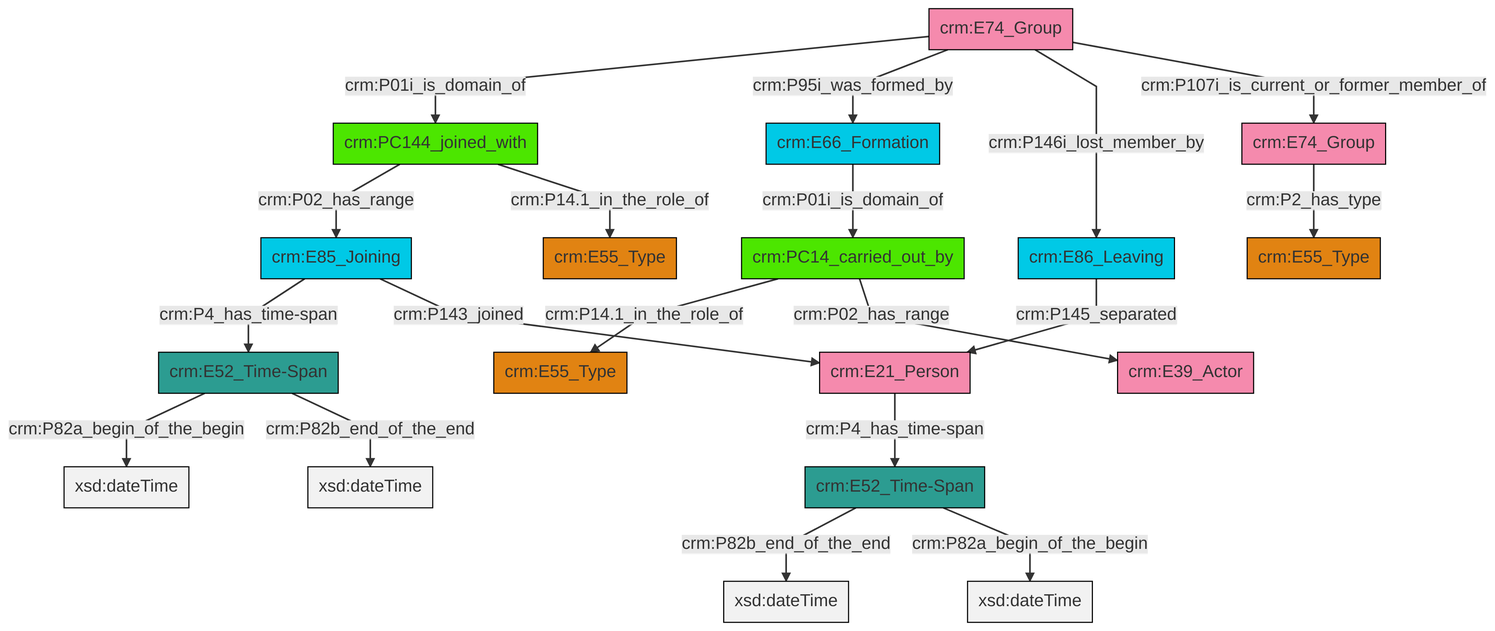
swiss-art-research-net/reference-data-models keeps this Mermaid diagram as et/groupCSV/ttl/mmd/png/group_actor_relations.png. Above is the earlier version. Its source is kept beside it as et/groupCSV/ttl/mmd/group_actor_relations.ttl.mmd.
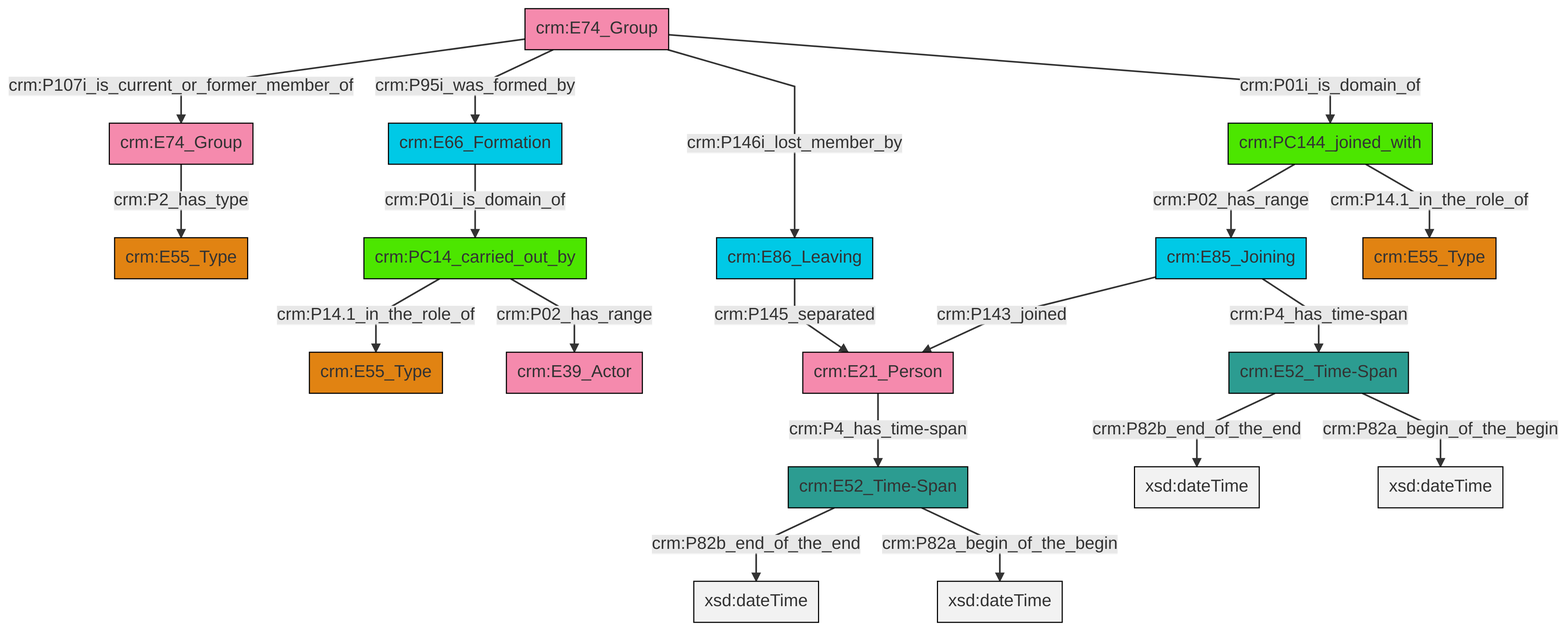
The same diagram one commit later.

Diff of the diagram source:
```diff
@@ -13,21 +13,21 @@
 classDef PC_Classes fill:#4ce600, stroke:#000000;
 classDef Multi fill:#cccccc,stroke:#000000;
 
-4["crm:E52_Time-Span"]:::Time-Span -->|crm:P82a_begin_of_the_begin| 5[xsd:dateTime]:::Literal
-0["crm:E85_Joining"]:::Temporal_Entity -->|crm:P4_has_time-span| 4["crm:E52_Time-Span"]:::Time-Span
-0["crm:E85_Joining"]:::Temporal_Entity -->|crm:P143_joined| 10["crm:E21_Person"]:::Actor
-12["crm:E74_Group"]:::Actor -->|crm:P01i_is_domain_of| 15["crm:PC144_joined_with"]:::PC_Classes
-17["crm:E52_Time-Span"]:::Time-Span -->|crm:P82b_end_of_the_end| 18[xsd:dateTime]:::Literal
-12["crm:E74_Group"]:::Actor -->|crm:P95i_was_formed_by| 19["crm:E66_Formation"]:::Temporal_Entity
-4["crm:E52_Time-Span"]:::Time-Span -->|crm:P82b_end_of_the_end| 20[xsd:dateTime]:::Literal
-21["crm:PC14_carried_out_by"]:::PC_Classes -->|crm:P14.1_in_the_role_of| 8["crm:E55_Type"]:::Type
-6["crm:E74_Group"]:::Actor -->|crm:P2_has_type| 24["crm:E55_Type"]:::Type
-21["crm:PC14_carried_out_by"]:::PC_Classes -->|crm:P02_has_range| 26["crm:E39_Actor"]:::Actor
-2["crm:E86_Leaving"]:::Temporal_Entity -->|crm:P145_separated| 10["crm:E21_Person"]:::Actor
-19["crm:E66_Formation"]:::Temporal_Entity -->|crm:P01i_is_domain_of| 21["crm:PC14_carried_out_by"]:::PC_Classes
-15["crm:PC144_joined_with"]:::PC_Classes -->|crm:P02_has_range| 0["crm:E85_Joining"]:::Temporal_Entity
-15["crm:PC144_joined_with"]:::PC_Classes -->|crm:P14.1_in_the_role_of| 22["crm:E55_Type"]:::Type
-17["crm:E52_Time-Span"]:::Time-Span -->|crm:P82a_begin_of_the_begin| 30[xsd:dateTime]:::Literal
-12["crm:E74_Group"]:::Actor -->|crm:P146i_lost_member_by| 2["crm:E86_Leaving"]:::Temporal_Entity
-10["crm:E21_Person"]:::Actor -->|crm:P4_has_time-span| 17["crm:E52_Time-Span"]:::Time-Span
-12["crm:E74_Group"]:::Actor -->|crm:P107i_is_current_or_former_member_of| 6["crm:E74_Group"]:::Actor
+0["crm:E74_Group"]:::Actor -->|crm:P107i_is_current_or_former_member_of| 1["crm:E74_Group"]:::Actor
+2["crm:E85_Joining"]:::Temporal_Entity -->|crm:P143_joined| 3["crm:E21_Person"]:::Actor
+4["crm:PC144_joined_with"]:::PC_Classes -->|crm:P02_has_range| 2["crm:E85_Joining"]:::Temporal_Entity
+0["crm:E74_Group"]:::Actor -->|crm:P95i_was_formed_by| 5["crm:E66_Formation"]:::Temporal_Entity
+6["crm:PC14_carried_out_by"]:::PC_Classes -->|crm:P14.1_in_the_role_of| 7["crm:E55_Type"]:::Type
+0["crm:E74_Group"]:::Actor -->|crm:P146i_lost_member_by| 8["crm:E86_Leaving"]:::Temporal_Entity
+9["crm:E52_Time-Span"]:::Time-Span -->|crm:P82b_end_of_the_end| 10[xsd:dateTime]:::Literal
+8["crm:E86_Leaving"]:::Temporal_Entity -->|crm:P145_separated| 3["crm:E21_Person"]:::Actor
+3["crm:E21_Person"]:::Actor -->|crm:P4_has_time-span| 14["crm:E52_Time-Span"]:::Time-Span
+14["crm:E52_Time-Span"]:::Time-Span -->|crm:P82b_end_of_the_end| 16[xsd:dateTime]:::Literal
+0["crm:E74_Group"]:::Actor -->|crm:P01i_is_domain_of| 4["crm:PC144_joined_with"]:::PC_Classes
+1["crm:E74_Group"]:::Actor -->|crm:P2_has_type| 17["crm:E55_Type"]:::Type
+6["crm:PC14_carried_out_by"]:::PC_Classes -->|crm:P02_has_range| 19["crm:E39_Actor"]:::Actor
+5["crm:E66_Formation"]:::Temporal_Entity -->|crm:P01i_is_domain_of| 6["crm:PC14_carried_out_by"]:::PC_Classes
+9["crm:E52_Time-Span"]:::Time-Span -->|crm:P82a_begin_of_the_begin| 22[xsd:dateTime]:::Literal
+14["crm:E52_Time-Span"]:::Time-Span -->|crm:P82a_begin_of_the_begin| 25[xsd:dateTime]:::Literal
+2["crm:E85_Joining"]:::Temporal_Entity -->|crm:P4_has_time-span| 9["crm:E52_Time-Span"]:::Time-Span
+4["crm:PC144_joined_with"]:::PC_Classes -->|crm:P14.1_in_the_role_of| 23["crm:E55_Type"]:::Type
```
